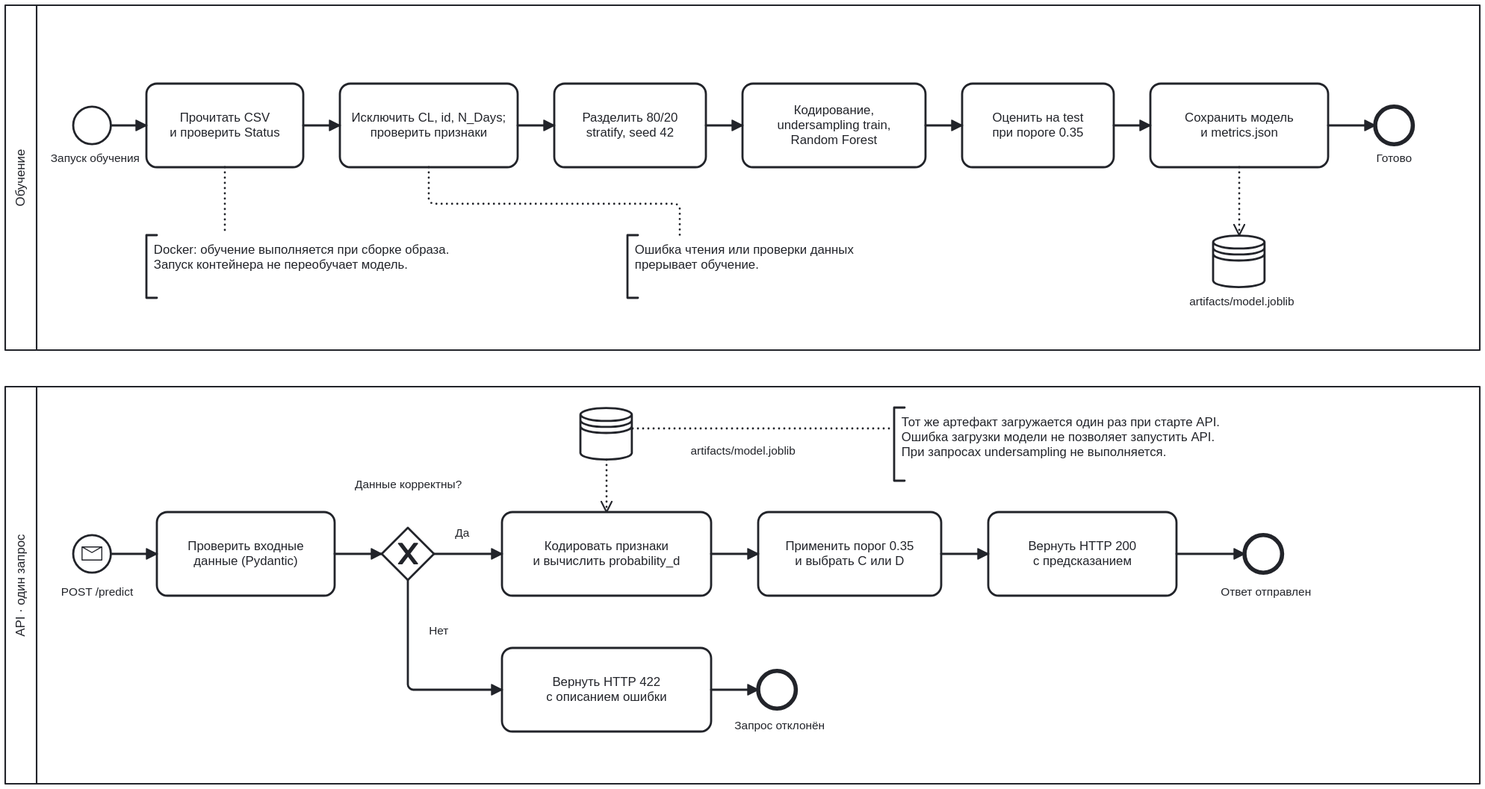
The BPMN diagram docs/process.svg in horacemtb/cirrhosis-outcome-service, before a commit. Its source is kept beside it as docs/process.bpmn. Ids are renumbered.
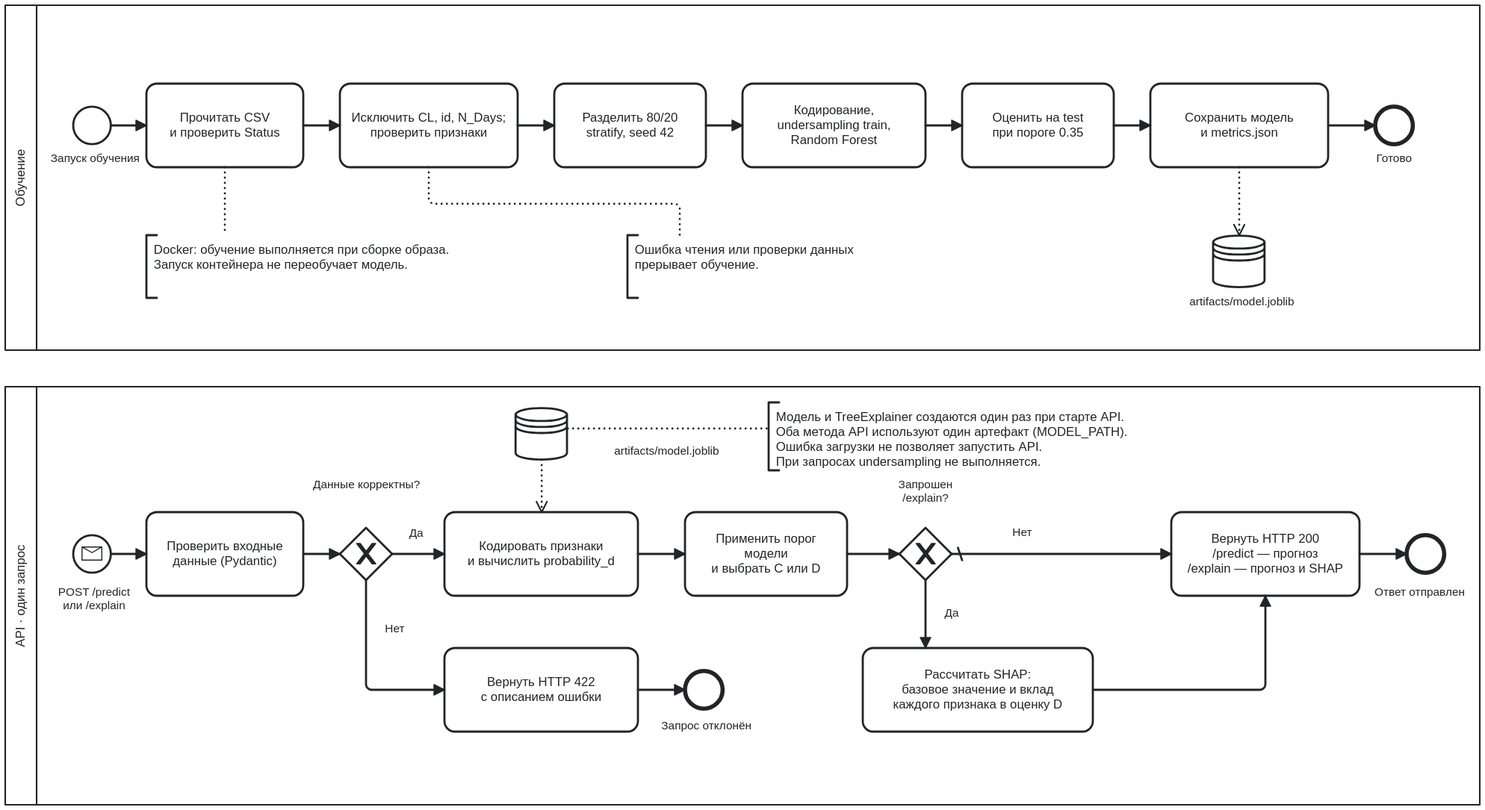
After the commit.

The edit, as a diff of the source:
```diff
@@ -66,7 +66,7 @@
     <bpmn:association id="Note_Train_Error_Association" sourceRef="Train_Prepare" targetRef="Note_Train_Error" />
   </bpmn:process>
   <bpmn:process id="Process_API" isExecutable="false">
-    <bpmn:startEvent id="API_Start" name="POST /predict">
+    <bpmn:startEvent id="API_Start" name="POST /predict&#10;или /explain">
       <bpmn:outgoing>API_Flow_1</bpmn:outgoing>
       <bpmn:messageEventDefinition id="Predict_Request" />
     </bpmn:startEvent>
@@ -94,12 +94,22 @@
         <bpmn:targetRef>Input_Model</bpmn:targetRef>
       </bpmn:dataInputAssociation>
     </bpmn:task>
-    <bpmn:task id="API_Threshold" name="Применить порог 0.35&#10;и выбрать C или D">
+    <bpmn:task id="API_Threshold" name="Применить порог модели&#10;и выбрать C или D">
       <bpmn:incoming>API_Flow_4</bpmn:incoming>
       <bpmn:outgoing>API_Flow_5</bpmn:outgoing>
     </bpmn:task>
-    <bpmn:task id="API_Response" name="Вернуть HTTP 200&#10;с предсказанием">
+    <bpmn:exclusiveGateway id="API_ExplainRequested" name="Запрошен&#10;/explain?" default="API_Flow_PredictOnly">
       <bpmn:incoming>API_Flow_5</bpmn:incoming>
+      <bpmn:outgoing>API_Flow_Explain</bpmn:outgoing>
+      <bpmn:outgoing>API_Flow_PredictOnly</bpmn:outgoing>
+    </bpmn:exclusiveGateway>
+    <bpmn:task id="API_Explain" name="Рассчитать SHAP:&#10;базовое значение и вклад&#10;каждого признака в оценку D">
+      <bpmn:incoming>API_Flow_Explain</bpmn:incoming>
+      <bpmn:outgoing>API_Flow_Explained</bpmn:outgoing>
+    </bpmn:task>
+    <bpmn:task id="API_Response" name="Вернуть HTTP 200&#10;/predict — прогноз&#10;/explain — прогноз и SHAP">
+      <bpmn:incoming>API_Flow_PredictOnly</bpmn:incoming>
+      <bpmn:incoming>API_Flow_Explained</bpmn:incoming>
       <bpmn:outgoing>API_Flow_6</bpmn:outgoing>
     </bpmn:task>
     <bpmn:endEvent id="API_End" name="Ответ отправлен">
@@ -116,14 +126,18 @@
     <bpmn:sequenceFlow id="API_Flow_2" sourceRef="API_Validate" targetRef="API_Valid" />
     <bpmn:sequenceFlow id="API_Flow_Yes" sourceRef="API_Valid" targetRef="API_Predict" name="Да" />
     <bpmn:sequenceFlow id="API_Flow_4" sourceRef="API_Predict" targetRef="API_Threshold" />
-    <bpmn:sequenceFlow id="API_Flow_5" sourceRef="API_Threshold" targetRef="API_Response" />
+    <bpmn:sequenceFlow id="API_Flow_5" sourceRef="API_Threshold" targetRef="API_ExplainRequested" />
     <bpmn:sequenceFlow id="API_Flow_6" sourceRef="API_Response" targetRef="API_End" />
     <bpmn:sequenceFlow id="API_Flow_No" sourceRef="API_Valid" targetRef="API_Reject" name="Нет" />
     <bpmn:sequenceFlow id="API_Flow_8" sourceRef="API_Reject" targetRef="API_InvalidEnd" />
+    <bpmn:sequenceFlow id="API_Flow_Explain" sourceRef="API_ExplainRequested" targetRef="API_Explain" name="Да" />
+    <bpmn:sequenceFlow id="API_Flow_PredictOnly" sourceRef="API_ExplainRequested" targetRef="API_Response" name="Нет" />
+    <bpmn:sequenceFlow id="API_Flow_Explained" sourceRef="API_Explain" targetRef="API_Response" />
     <bpmn:dataStoreReference id="Model_Read" name="artifacts/model.joblib" dataStoreRef="Store_Model" />
     <bpmn:textAnnotation id="Note_Startup">
-      <bpmn:text>Тот же артефакт загружается один раз при старте API.
-Ошибка загрузки модели не позволяет запустить API.
+      <bpmn:text>Модель и TreeExplainer создаются один раз при старте API.
+Оба метода API используют один артефакт (MODEL_PATH).
+Ошибка загрузки не позволяет запустить API.
 При запросах undersampling не выполняется.</bpmn:text>
     </bpmn:textAnnotation>
     <bpmn:association id="Note_Startup_Association" sourceRef="Model_Read" targetRef="Note_Startup" />
@@ -134,7 +148,7 @@
         <dc:Bounds x="30" y="50" width="1410" height="330" />
       </bpmndi:BPMNShape>
       <bpmndi:BPMNShape id="Pool_API_Shape" bpmnElement="Pool_API" isHorizontal="true">
-        <dc:Bounds x="30" y="415" width="1410" height="380" />
+        <dc:Bounds x="30" y="415" width="1410" height="400" />
       </bpmndi:BPMNShape>
       <bpmndi:BPMNShape id="Train_Start_Shape" bpmnElement="Train_Start">
         <dc:Bounds x="95" y="147" width="36" height="36" />
@@ -181,50 +195,50 @@
       <bpmndi:BPMNShape id="API_Start_Shape" bpmnElement="API_Start">
         <dc:Bounds x="95" y="557" width="36" height="36" />
         <bpmndi:BPMNLabel>
-          <dc:Bounds x="70" y="605" width="95" height="30" />
+          <dc:Bounds x="55" y="605" width="120" height="45" />
         </bpmndi:BPMNLabel>
       </bpmndi:BPMNShape>
       <bpmndi:BPMNShape id="API_Validate_Shape" bpmnElement="API_Validate">
-        <dc:Bounds x="175" y="535" width="170" height="80" />
+        <dc:Bounds x="165" y="535" width="150" height="80" />
       </bpmndi:BPMNShape>
       <bpmndi:BPMNShape id="API_Valid_Shape" bpmnElement="API_Valid" isMarkerVisible="true">
-        <dc:Bounds x="390" y="550" width="50" height="50" />
+        <dc:Bounds x="350" y="550" width="50" height="50" />
         <bpmndi:BPMNLabel>
-          <dc:Bounds x="340" y="502" width="150" height="30" />
+          <dc:Bounds x="300" y="502" width="150" height="30" />
         </bpmndi:BPMNLabel>
       </bpmndi:BPMNShape>
       <bpmndi:BPMNShape id="API_Predict_Shape" bpmnElement="API_Predict">
-        <dc:Bounds x="505" y="535" width="200" height="80" />
+        <dc:Bounds x="450" y="535" width="185" height="80" />
       </bpmndi:BPMNShape>
       <bpmndi:BPMNShape id="API_Threshold_Shape" bpmnElement="API_Threshold">
-        <dc:Bounds x="750" y="535" width="175" height="80" />
+        <dc:Bounds x="680" y="535" width="155" height="80" />
       </bpmndi:BPMNShape>
       <bpmndi:BPMNShape id="API_Response_Shape" bpmnElement="API_Response">
-        <dc:Bounds x="970" y="535" width="180" height="80" />
+        <dc:Bounds x="1145" y="535" width="180" height="80" />
       </bpmndi:BPMNShape>
       <bpmndi:BPMNShape id="API_End_Shape" bpmnElement="API_End">
-        <dc:Bounds x="1215" y="557" width="36" height="36" />
+        <dc:Bounds x="1370" y="557" width="36" height="36" />
         <bpmndi:BPMNLabel>
-          <dc:Bounds x="1185" y="605" width="100" height="35" />
+          <dc:Bounds x="1330" y="605" width="105" height="35" />
         </bpmndi:BPMNLabel>
       </bpmndi:BPMNShape>
       <bpmndi:BPMNShape id="API_Reject_Shape" bpmnElement="API_Reject">
-        <dc:Bounds x="505" y="665" width="200" height="80" />
+        <dc:Bounds x="450" y="665" width="185" height="80" />
       </bpmndi:BPMNShape>
       <bpmndi:BPMNShape id="API_InvalidEnd_Shape" bpmnElement="API_InvalidEnd">
-        <dc:Bounds x="750" y="687" width="36" height="36" />
+        <dc:Bounds x="680" y="687" width="36" height="36" />
         <bpmndi:BPMNLabel>
-          <dc:Bounds x="720" y="733" width="100" height="35" />
+          <dc:Bounds x="650" y="733" width="100" height="35" />
         </bpmndi:BPMNLabel>
       </bpmndi:BPMNShape>
       <bpmndi:BPMNShape id="Model_Read_Shape" bpmnElement="Model_Read">
-        <dc:Bounds x="580" y="435" width="50" height="50" />
+        <dc:Bounds x="518" y="435" width="50" height="50" />
         <bpmndi:BPMNLabel>
-          <dc:Bounds x="648" y="470" width="175" height="30" />
+          <dc:Bounds x="580" y="470" width="165" height="30" />
         </bpmndi:BPMNLabel>
       </bpmndi:BPMNShape>
       <bpmndi:BPMNShape id="Note_Startup_Shape" bpmnElement="Note_Startup">
-        <dc:Bounds x="880" y="435" width="490" height="70" />
+        <dc:Bounds x="760" y="430" width="610" height="65" />
       </bpmndi:BPMNShape>
       <bpmndi:BPMNEdge id="Train_Flow_1_Edge" bpmnElement="Train_Flow_1">
         <di:waypoint x="131" y="165" />
@@ -268,53 +282,80 @@
         <di:waypoint x="675" y="240" />
         <di:waypoint x="675" y="270" />
       </bpmndi:BPMNEdge>
+      <bpmndi:BPMNShape id="API_ExplainRequested_Shape" bpmnElement="API_ExplainRequested" isMarkerVisible="true">
+        <dc:Bounds x="885" y="550" width="50" height="50" />
+        <bpmndi:BPMNLabel>
+          <dc:Bounds x="850" y="502" width="120" height="30" />
+        </bpmndi:BPMNLabel>
+      </bpmndi:BPMNShape>
+      <bpmndi:BPMNShape id="API_Explain_Shape" bpmnElement="API_Explain">
+        <dc:Bounds x="850" y="665" width="220" height="80" />
+      </bpmndi:BPMNShape>
       <bpmndi:BPMNEdge id="API_Flow_1_Edge" bpmnElement="API_Flow_1">
         <di:waypoint x="131" y="575" />
-        <di:waypoint x="175" y="575" />
+        <di:waypoint x="165" y="575" />
       </bpmndi:BPMNEdge>
       <bpmndi:BPMNEdge id="API_Flow_2_Edge" bpmnElement="API_Flow_2">
-        <di:waypoint x="345" y="575" />
-        <di:waypoint x="390" y="575" />
+        <di:waypoint x="315" y="575" />
+        <di:waypoint x="350" y="575" />
       </bpmndi:BPMNEdge>
       <bpmndi:BPMNEdge id="API_Flow_Yes_Edge" bpmnElement="API_Flow_Yes">
-        <di:waypoint x="440" y="575" />
-        <di:waypoint x="505" y="575" />
+        <di:waypoint x="400" y="575" />
+        <di:waypoint x="450" y="575" />
         <bpmndi:BPMNLabel>
-          <dc:Bounds x="452" y="549" width="30" height="20" />
+          <dc:Bounds x="408" y="549" width="30" height="20" />
         </bpmndi:BPMNLabel>
       </bpmndi:BPMNEdge>
       <bpmndi:BPMNEdge id="API_Flow_4_Edge" bpmnElement="API_Flow_4">
-        <di:waypoint x="705" y="575" />
-        <di:waypoint x="750" y="575" />
+        <di:waypoint x="635" y="575" />
+        <di:waypoint x="680" y="575" />
       </bpmndi:BPMNEdge>
       <bpmndi:BPMNEdge id="API_Flow_5_Edge" bpmnElement="API_Flow_5">
-        <di:waypoint x="925" y="575" />
-        <di:waypoint x="970" y="575" />
+        <di:waypoint x="835" y="575" />
+        <di:waypoint x="885" y="575" />
+      </bpmndi:BPMNEdge>
+      <bpmndi:BPMNEdge id="API_Flow_PredictOnly_Edge" bpmnElement="API_Flow_PredictOnly">
+        <di:waypoint x="935" y="575" />
+        <di:waypoint x="1145" y="575" />
+        <bpmndi:BPMNLabel>
+          <dc:Bounds x="985" y="548" width="35" height="20" />
+        </bpmndi:BPMNLabel>
+      </bpmndi:BPMNEdge>
+      <bpmndi:BPMNEdge id="API_Flow_Explain_Edge" bpmnElement="API_Flow_Explain">
+        <di:waypoint x="910" y="600" />
+        <di:waypoint x="910" y="665" />
+        <bpmndi:BPMNLabel>
+          <dc:Bounds x="920" y="625" width="30" height="20" />
+        </bpmndi:BPMNLabel>
+      </bpmndi:BPMNEdge>
+      <bpmndi:BPMNEdge id="API_Flow_Explained_Edge" bpmnElement="API_Flow_Explained">
+        <di:waypoint x="1070" y="705" />
+        <di:waypoint x="1235" y="705" />
+        <di:waypoint x="1235" y="615" />
       </bpmndi:BPMNEdge>
       <bpmndi:BPMNEdge id="API_Flow_6_Edge" bpmnElement="API_Flow_6">
-        <di:waypoint x="1150" y="575" />
-        <di:waypoint x="1215" y="575" />
+        <di:waypoint x="1325" y="575" />
+        <di:waypoint x="1370" y="575" />
       </bpmndi:BPMNEdge>
       <bpmndi:BPMNEdge id="API_Flow_No_Edge" bpmnElement="API_Flow_No">
-        <di:waypoint x="415" y="600" />
-        <di:waypoint x="415" y="705" />
-        <di:waypoint x="505" y="705" />
+        <di:waypoint x="375" y="600" />
+        <di:waypoint x="375" y="705" />
+        <di:waypoint x="450" y="705" />
         <bpmndi:BPMNLabel>
-          <dc:Bounds x="427" y="642" width="35" height="20" />
+          <dc:Bounds x="385" y="640" width="35" height="20" />
         </bpmndi:BPMNLabel>
       </bpmndi:BPMNEdge>
       <bpmndi:BPMNEdge id="API_Flow_8_Edge" bpmnElement="API_Flow_8">
-        <di:waypoint x="705" y="705" />
-        <di:waypoint x="750" y="705" />
+        <di:waypoint x="635" y="705" />
+        <di:waypoint x="680" y="705" />
       </bpmndi:BPMNEdge>
       <bpmndi:BPMNEdge id="Model_Read_Association_Edge" bpmnElement="Model_Read_Association">
-        <di:waypoint x="605" y="485" />
-        <di:waypoint x="605" y="535" />
+        <di:waypoint x="543" y="485" />
+        <di:waypoint x="543" y="535" />
       </bpmndi:BPMNEdge>
       <bpmndi:BPMNEdge id="Note_Startup_Association_Edge" bpmnElement="Note_Startup_Association">
-        <di:waypoint x="630" y="455" />
-        <di:waypoint x="870" y="455" />
-        <di:waypoint x="880" y="455" />
+        <di:waypoint x="568" y="455" />
+        <di:waypoint x="760" y="455" />
       </bpmndi:BPMNEdge>
     </bpmndi:BPMNPlane>
   </bpmndi:BPMNDiagram>
```
